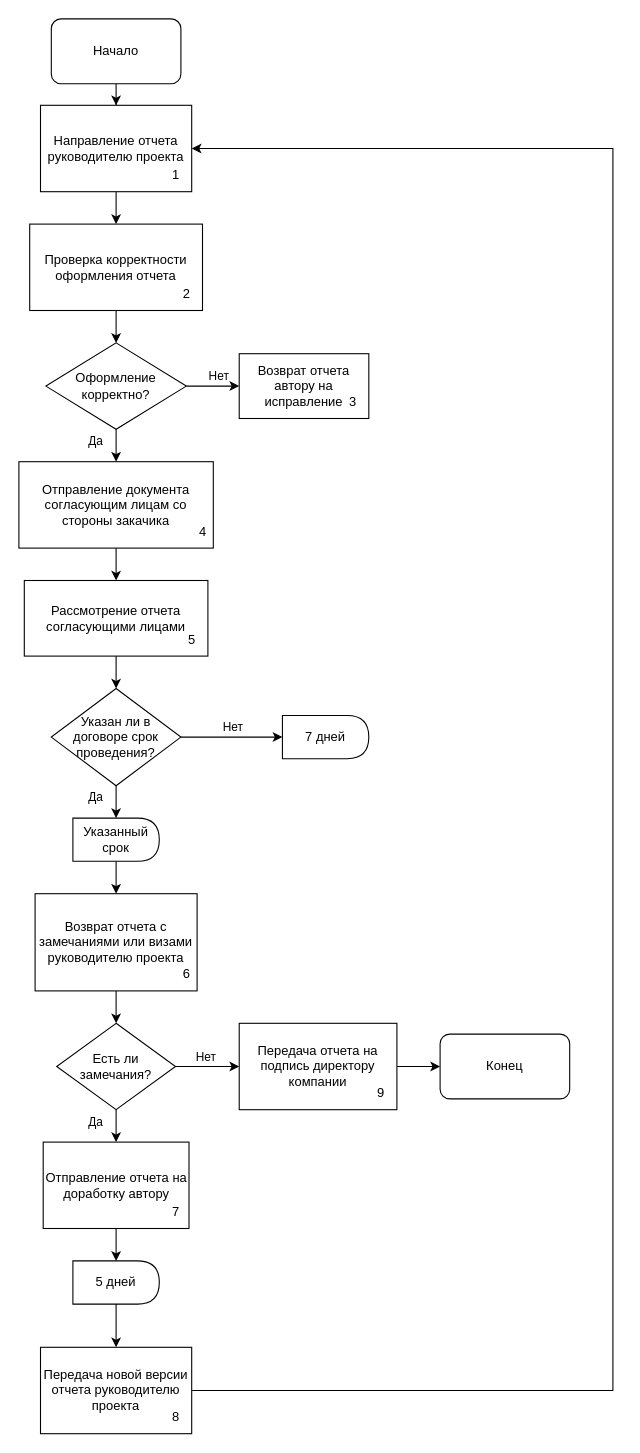
This is 3 курс/5 семестр/Моделирование бизнес-процессов/Практика 28/pr28.drawio from Kirill010/RTU-MIREA, a draw.io file, before an edit. Source tidied: cells renumbered, new cells numbered last; positions are measured from the earlier drawing's top-left corner, leaving out a move shared by most shapes. Both pictures are drawn from the tidied source at 108%, with x=0, y=0 at pixel (18, 18).
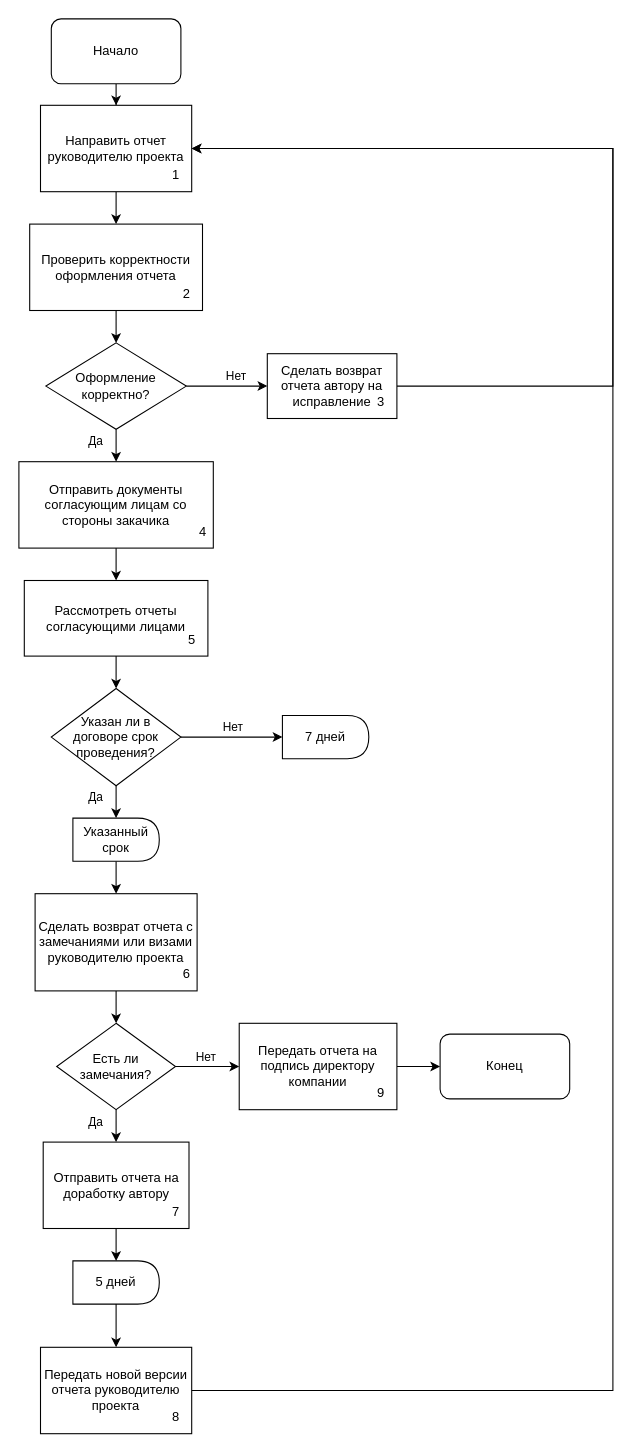
After the change.

Change to the diagram source:
```diff
@@
-    <mxCell id="5" value="Направление отчета руководителю проекта" style="rounded=0;whiteSpace=wrap;html=1;" parent="1" vertex="1">
+    <mxCell id="5" value="Направить отчет руководителю проекта" style="rounded=0;whiteSpace=wrap;html=1;" parent="1" vertex="1">
       <mxGeometry x="20" y="80" width="140" height="80" as="geometry" />
     </mxCell>
@@
-    <mxCell id="7" value="Проверка корректности оформления отчета" style="rounded=0;whiteSpace=wrap;html=1;" parent="1" vertex="1">
+    <mxCell id="7" value="Проверить корректности оформления отчета" style="rounded=0;whiteSpace=wrap;html=1;" parent="1" vertex="1">
       <mxGeometry x="10" y="190" width="160" height="80" as="geometry" />
     </mxCell>
@@
+    <mxCell id="51" style="edgeStyle=orthogonalEdgeStyle;rounded=0;jettySize=auto;html=1;entryX=1;entryY=0.5;entryDx=0;entryDy=0;" parent="1" edge="1" source="13" target="5">
+      <mxGeometry relative="1" as="geometry">
+        <Array as="points">
+          <mxPoint x="550" y="340" />
+          <mxPoint x="550" y="120" />
+        </Array>
+      </mxGeometry>
+    </mxCell>
-    <mxCell id="13" value="Возврат отчета автору на исправление" style="rounded=0;whiteSpace=wrap;html=1;" parent="1" vertex="1">
-      <mxGeometry x="204" y="310" width="120" height="60" as="geometry" />
+    <mxCell id="13" value="Сделать возврат отчета автору на исправление" style="rounded=0;whiteSpace=wrap;html=1;" parent="1" vertex="1">
+      <mxGeometry x="230" y="310" width="120" height="60" as="geometry" />
     </mxCell>
@@
-    <mxCell id="15" value="Отправление документа согласующим лицам со стороны закачика" style="rounded=0;whiteSpace=wrap;html=1;" parent="1" vertex="1">
+    <mxCell id="15" value="Отправить документы согласующим лицам со стороны закачика" style="rounded=0;whiteSpace=wrap;html=1;" parent="1" vertex="1">
       <mxGeometry y="410" width="180" height="80" as="geometry" />
     </mxCell>
@@
-    <mxCell id="17" value="Рассмотрение отчета согласующими лицами" style="rounded=0;whiteSpace=wrap;html=1;" parent="1" vertex="1">
+    <mxCell id="17" value="Рассмотреть отчеты согласующими лицами" style="rounded=0;whiteSpace=wrap;html=1;" parent="1" vertex="1">
       <mxGeometry x="5" y="520" width="170" height="70" as="geometry" />
     </mxCell>
@@
-    <mxCell id="27" value="Возврат отчета с замечаниями или визами руководителю проекта" style="rounded=0;whiteSpace=wrap;html=1;" parent="1" vertex="1">
+    <mxCell id="27" value="Сделать возврат отчета с замечаниями или визами руководителю проекта" style="rounded=0;whiteSpace=wrap;html=1;" parent="1" vertex="1">
       <mxGeometry x="15" y="810" width="150" height="90" as="geometry" />
     </mxCell>
@@
-    <mxCell id="34" value="Передача отчета на подпись директору компании" style="rounded=0;whiteSpace=wrap;html=1;" parent="1" vertex="1">
+    <mxCell id="34" value="Передать отчета на подпись директору компании" style="rounded=0;whiteSpace=wrap;html=1;" parent="1" vertex="1">
       <mxGeometry x="204" y="930" width="146" height="80" as="geometry" />
     </mxCell>
@@
-    <mxCell id="37" value="Отправление отчета на доработку автору" style="rounded=0;whiteSpace=wrap;html=1;" parent="1" vertex="1">
+    <mxCell id="37" value="Отправить отчета на доработку автору" style="rounded=0;whiteSpace=wrap;html=1;" parent="1" vertex="1">
       <mxGeometry x="22.5" y="1040" width="135" height="80" as="geometry" />
     </mxCell>
@@
-    <mxCell id="41" value="Передача новой версии отчета руководителю проекта" style="rounded=0;whiteSpace=wrap;html=1;" parent="1" vertex="1">
+    <mxCell id="41" value="Передать&amp;nbsp;новой версии отчета руководителю проекта" style="rounded=0;whiteSpace=wrap;html=1;" parent="1" vertex="1">
       <mxGeometry x="20" y="1230" width="140" height="80" as="geometry" />
     </mxCell>
@@
     <mxCell id="44" value="3" style="text;html=1;align=center;verticalAlign=middle;strokeColor=none;fillColor=none;" parent="1" vertex="1">
-      <mxGeometry x="294" y="340" width="30" height="30" as="geometry" />
+      <mxGeometry x="320" y="340" width="30" height="30" as="geometry" />
     </mxCell>
```
